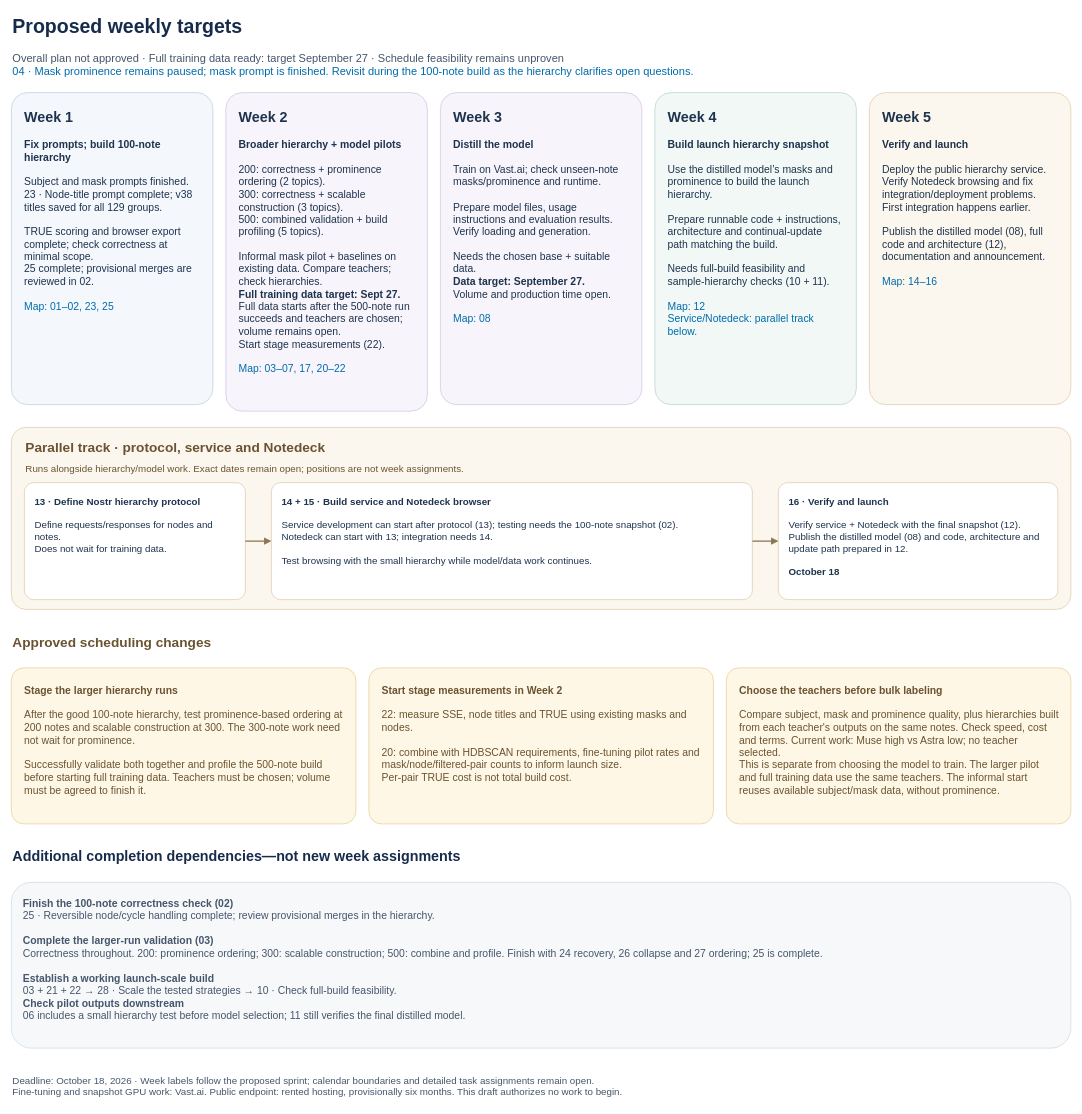
Earlier version of the draw.io diagram page "2 — Proposed weekly targets" (2 of 2) of docs/planning/october-18-release.drawio (kernelkind/oracle-research). Source tidied: cells renumbered, new cells numbered last; positions are measured from the earlier drawing's top-left corner, leaving out a move shared by most shapes. Both pictures are drawn from the tidied source at 65%, with x=0, y=0 at pixel (11, 11).
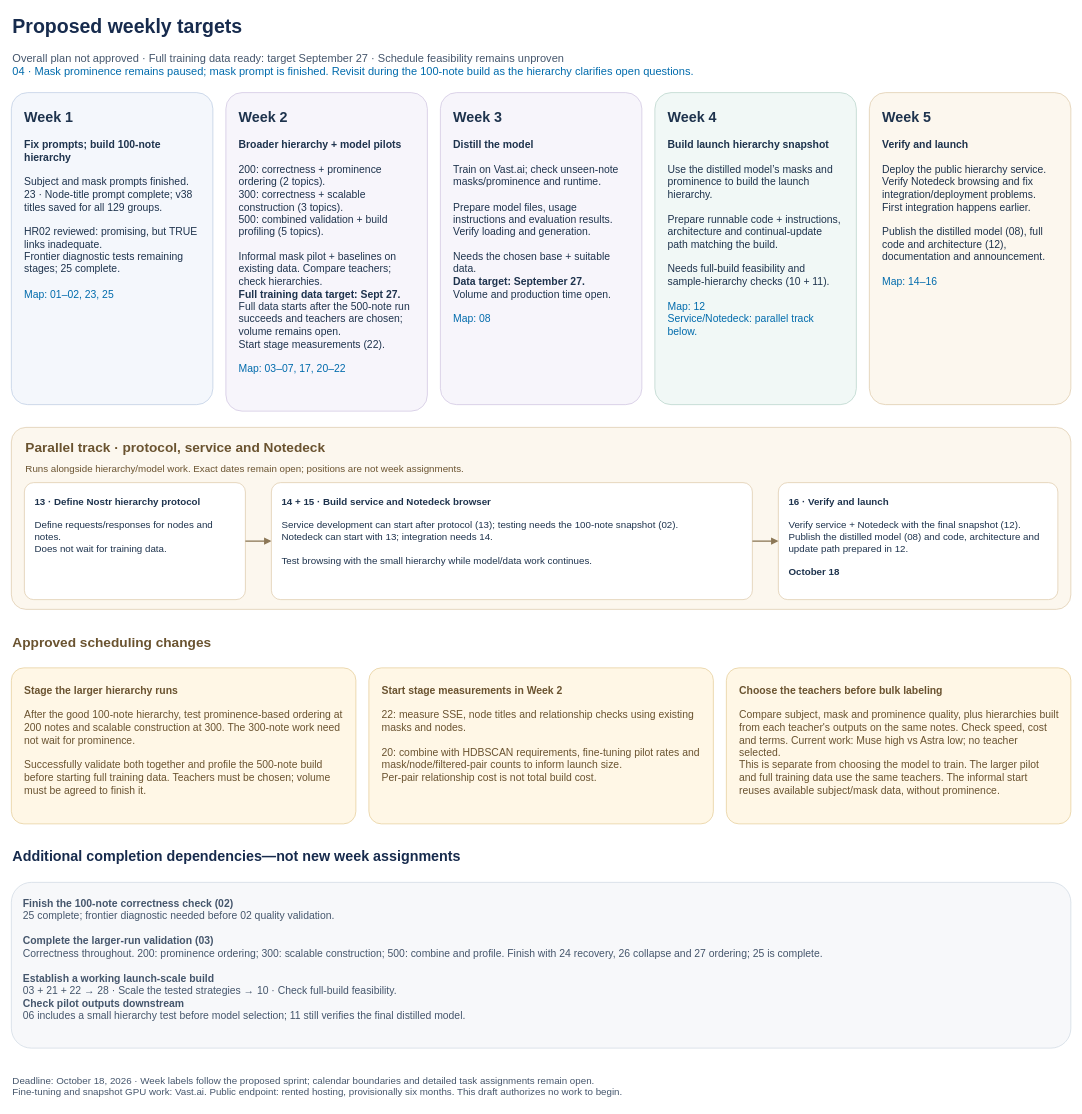
Above is the later version.

Commit message (it also covers changes not shown here):
Track HR02 review and relationship diagnostic

The edit, as a diff of the source:
```diff
@@
-    <mxCell id="4" value="&lt;font style=&quot;font-size:22px&quot;&gt;&lt;b&gt;Week 1&lt;/b&gt;&lt;/font&gt;&lt;br&gt;&lt;br&gt;&lt;b&gt;Fix prompts; build 100-note hierarchy&lt;/b&gt;&lt;br&gt;&lt;br&gt;Subject and mask prompts finished.&lt;br&gt;23 · Node-title prompt complete; v38 titles saved for all 129 groups.&lt;br&gt;&lt;br&gt;TRUE scoring and browser export complete; check correctness at minimal scope.&lt;br&gt;25 complete; provisional merges are reviewed in 02.&lt;br&gt;&lt;br&gt;&lt;font color=&quot;light-dark(#6b7788, #bac6d3)&quot;&gt;Map: 01–02, 23, 25&lt;/font&gt;" style="rounded=1;arcSize=8;whiteSpace=wrap;html=1;fillColor=light-dark(#f4f7fc, #303c49);strokeColor=light-dark(#b7c8e0, #7c8da1);align=left;verticalAlign=top;spacing=20;fontSize=16;fontColor=light-dark(#1e334d, #e6edf3);" parent="1" vertex="1">
+    <mxCell id="4" value="&lt;font style=&quot;font-size:22px&quot;&gt;&lt;b&gt;Week 1&lt;/b&gt;&lt;/font&gt;&lt;br&gt;&lt;br&gt;&lt;b&gt;Fix prompts; build 100-note hierarchy&lt;/b&gt;&lt;br&gt;&lt;br&gt;Subject and mask prompts finished.&lt;br&gt;23 · Node-title prompt complete; v38 titles saved for all 129 groups.&lt;br&gt;&lt;br&gt;HR02 reviewed: promising, but TRUE links inadequate.&lt;br&gt;Frontier diagnostic tests remaining stages; 25 complete.&lt;br&gt;&lt;br&gt;&lt;font color=&quot;light-dark(#6b7788, #bac6d3)&quot;&gt;Map: 01–02, 23, 25&lt;/font&gt;" style="rounded=1;arcSize=8;whiteSpace=wrap;html=1;fillColor=light-dark(#f4f7fc, #303c49);strokeColor=light-dark(#b7c8e0, #7c8da1);align=left;verticalAlign=top;spacing=20;fontSize=16;fontColor=light-dark(#1e334d, #e6edf3);" parent="1" vertex="1">
       <mxGeometry y="125" width="310" height="480" as="geometry" />
     </mxCell>
@@
-    <mxCell id="19" value="&lt;b&gt;Start stage measurements in Week 2&lt;/b&gt;&lt;br&gt;&lt;br&gt;22: measure SSE, node titles and TRUE using existing masks and nodes.&lt;br&gt;&lt;br&gt;20: combine with HDBSCAN requirements, fine-tuning pilot rates and mask/node/filtered-pair counts to inform launch size.&lt;br&gt;Per-pair TRUE cost is not total build cost." style="rounded=1;arcSize=8;whiteSpace=wrap;html=1;fillColor=light-dark(#fff7e6, #332d24);strokeColor=light-dark(#e2c88f, #7c8da1);align=left;verticalAlign=top;spacing=20;fontSize=16;fontColor=light-dark(#6a5330, #e6edf3);" parent="1" vertex="1">
+    <mxCell id="19" value="&lt;b&gt;Start stage measurements in Week 2&lt;/b&gt;&lt;br&gt;&lt;br&gt;22: measure SSE, node titles and relationship checks using existing masks and nodes.&lt;br&gt;&lt;br&gt;20: combine with HDBSCAN requirements, fine-tuning pilot rates and mask/node/filtered-pair counts to inform launch size.&lt;br&gt;Per-pair relationship cost is not total build cost." style="rounded=1;arcSize=8;whiteSpace=wrap;html=1;fillColor=light-dark(#fff7e6, #332d24);strokeColor=light-dark(#e2c88f, #7c8da1);align=left;verticalAlign=top;spacing=20;fontSize=16;fontColor=light-dark(#6a5330, #e6edf3);" parent="1" vertex="1">
       <mxGeometry x="550" y="1010" width="530" height="240" as="geometry" />
     </mxCell>
@@
-    <mxCell id="22" value="&lt;b&gt;Finish the 100-note correctness check (02)&lt;/b&gt;&lt;br&gt;25 · Reversible node/cycle handling complete; review provisional merges in the hierarchy.&lt;br&gt;&lt;br&gt;&lt;b&gt;Complete the larger-run validation (03)&lt;/b&gt;&lt;br&gt;Correctness throughout. 200: prominence ordering; 300: scalable construction; 500: combine and profile. Finish with 24 recovery, 26 collapse and 27 ordering; 25 is complete.&lt;br&gt;&lt;br&gt;&lt;b&gt;Establish a working launch-scale build&lt;/b&gt;&lt;br&gt;03 + 21 + 22 → 28 · Scale the tested strategies → 10 · Check full-build feasibility.&lt;br&gt;&lt;b&gt;Check pilot outputs downstream&lt;/b&gt;&lt;br&gt;06 includes a small hierarchy test before model selection; 11 still verifies the final distilled model." style="rounded=1;arcSize=12;whiteSpace=wrap;html=1;fillColor=light-dark(#f7f8fa, #303c49);strokeColor=light-dark(#cbd5e1, #7c8da1);fontColor=light-dark(#45566c, #e6edf3);strokeWidth=1;align=left;verticalAlign=top;spacing=18;fontSize=16;" parent="1" vertex="1">
+    <mxCell id="22" value="&lt;b&gt;Finish the 100-note correctness check (02)&lt;/b&gt;&lt;br&gt;25 complete; frontier diagnostic needed before 02 quality validation.&lt;br&gt;&lt;br&gt;&lt;b&gt;Complete the larger-run validation (03)&lt;/b&gt;&lt;br&gt;Correctness throughout. 200: prominence ordering; 300: scalable construction; 500: combine and profile. Finish with 24 recovery, 26 collapse and 27 ordering; 25 is complete.&lt;br&gt;&lt;br&gt;&lt;b&gt;Establish a working launch-scale build&lt;/b&gt;&lt;br&gt;03 + 21 + 22 → 28 · Scale the tested strategies → 10 · Check full-build feasibility.&lt;br&gt;&lt;b&gt;Check pilot outputs downstream&lt;/b&gt;&lt;br&gt;06 includes a small hierarchy test before model selection; 11 still verifies the final distilled model." style="rounded=1;arcSize=12;whiteSpace=wrap;html=1;fillColor=light-dark(#f7f8fa, #303c49);strokeColor=light-dark(#cbd5e1, #7c8da1);fontColor=light-dark(#45566c, #e6edf3);strokeWidth=1;align=left;verticalAlign=top;spacing=18;fontSize=16;" parent="1" vertex="1">
       <mxGeometry y="1340" width="1630" height="255" as="geometry" />
     </mxCell>
```
